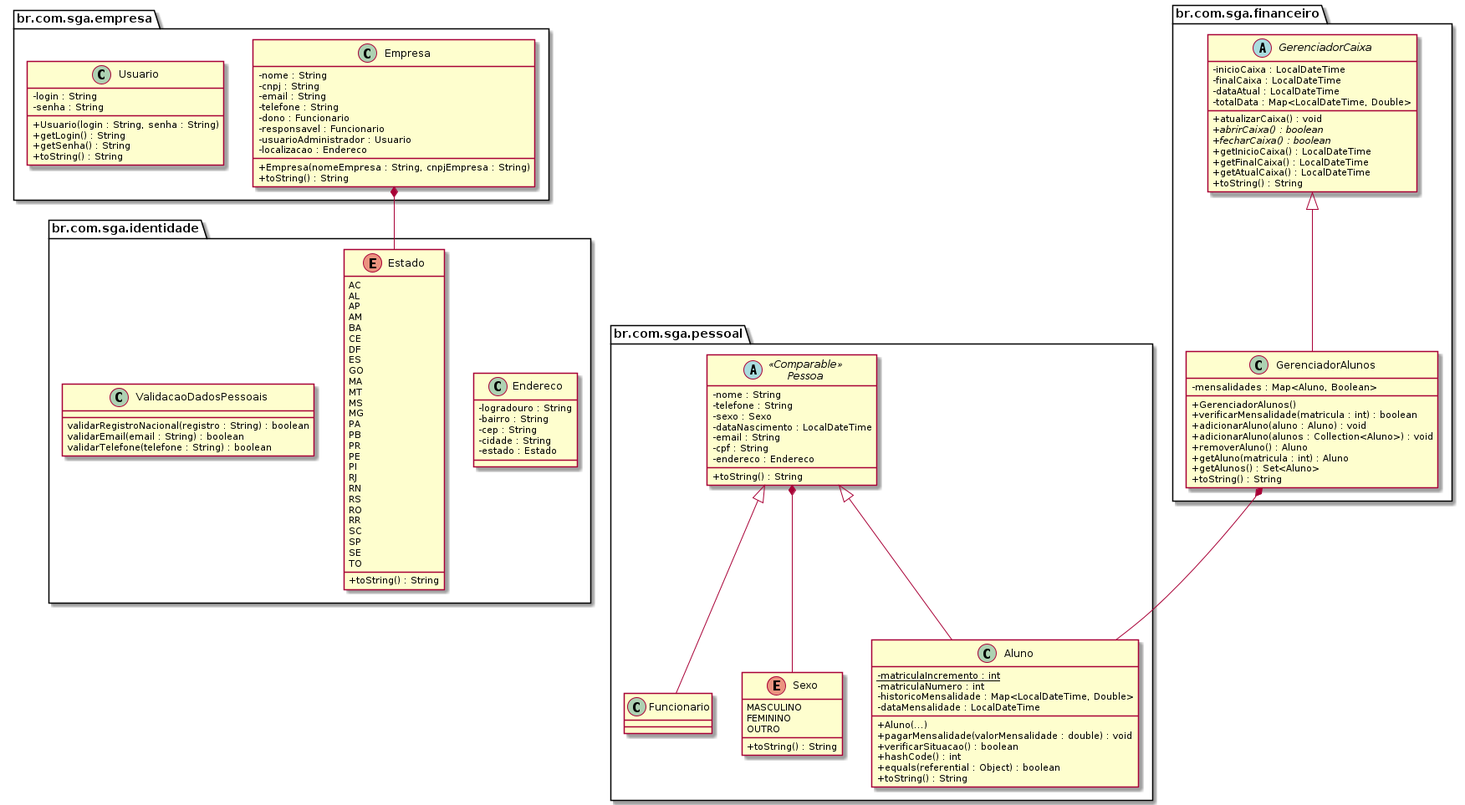
The PlantUML diagram doc/uml/sga.png in botelhocpp/SGA, before a commit.
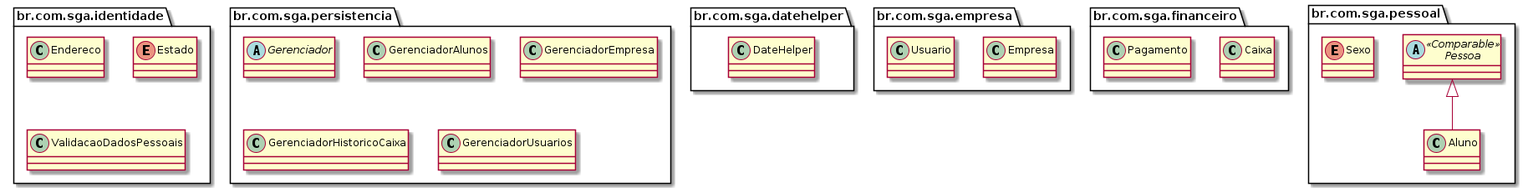
After the change.

Change to the diagram source:
```diff
@@ -1,149 +1,89 @@
 @startuml sga
 skinparam classAttributeIconSize 0
 
+
+package br.com.sga.datehelper <<Folder>> {
+
+     class DateHelper {
+
+     }
+}
+
 package br.com.sga.empresa <<Folder>> {
      class Empresa {
-          -nome : String
-          -cnpj : String
-          -email : String
-          -telefone : String
-          -dono : Funcionario
-          -responsavel : Funcionario
-          -usuarioAdministrador : Usuario
-          -localizacao : Endereco
-          +Empresa(nomeEmpresa : String, cnpjEmpresa : String)
-          +toString() : String
+
      }
 
      class Usuario {
-          -login : String
-          -senha : String
-          +Usuario(login : String, senha : String)
-          +getLogin() : String
-          +getSenha() : String
-          +toString() : String
+
+     }
+}
+
+package br.com.sga.financeiro <<Folder>> {
+
+     class Caixa {
+
+     }
+
+     class Pagamento {
+
      }
 }
 
 package br.com.sga.identidade <<Folder>> {
 
      class Endereco {
-          -logradouro : String
-          -bairro : String
-          -cep : String
-          -cidade : String
-          -estado : Estado
+
      }
 
      enum Estado {
-          AC
-          AL
-          AP
-          AM
-          BA
-          CE
-          DF
-          ES
-          GO
-          MA
-          MT
-          MS
-          MG
-          PA
-          PB
-          PR
-          PE
-          PI
-          RJ
-          RN
-          RS
-          RO
-          RR
-          SC
-          SP
-          SE
-          TO
-          +toString() : String
+
      }
 
      class ValidacaoDadosPessoais {
-          validarRegistroNacional(registro : String) : boolean
-          validarEmail(email : String) : boolean
-          validarTelefone(telefone : String) : boolean
+
      }
 
 }
+
+package br.com.sga.persistencia <<Folder>> {
+
+     abstract class Gerenciador {
+
+     }
+
+     class GerenciadorAlunos {
+
+     }
+
+     class GerenciadorEmpresa {
+
+     }
+
+     class GerenciadorHistoricoCaixa {
+
+     }
+
+     class GerenciadorUsuarios {
+
+     }
+
+}
+
 package br.com.sga.pessoal <<Folder>> {
 
      abstract class Pessoa <<Comparable>> {
-          -nome : String
-          -telefone : String
-          -sexo : Sexo
-          -dataNascimento : LocalDateTime
-          -email : String
-          -cpf : String
-          -endereco : Endereco
-          +toString() : String
-     }
-
-     class Funcionario extends Pessoa {
 
      }
 
      class Aluno extends Pessoa {
-          {static} -matriculaIncremento : int
-          -matriculaNumero : int
-          -historicoMensalidade : Map<LocalDateTime, Double>
-          -dataMensalidade : LocalDateTime
-          +Aluno(...)
-          +pagarMensalidade(valorMensalidade : double) : void
-          +verificarSituacao() : boolean
-          +hashCode() : int
-          +equals(referential : Object) : boolean
-          +toString() : String
+
      }
 
      enum Sexo {
-          MASCULINO
-          FEMININO
-          OUTRO
-          +toString() : String
+
      }
 }
 
-package br.com.sga.financeiro <<Folder>> {
-
-     abstract class GerenciadorCaixa {
-          -inicioCaixa : LocalDateTime
-          -finalCaixa : LocalDateTime
-          -dataAtual : LocalDateTime
-          -totalData : Map<LocalDateTime, Double>
-          +atualizarCaixa() : void
-          {abstract} +abrirCaixa() : boolean
-          {abstract} +fecharCaixa() : boolean
-          +getInicioCaixa() : LocalDateTime
-          +getFinalCaixa() : LocalDateTime
-          +getAtualCaixa() : LocalDateTime
-          +toString() : String
-     }
-
-     class GerenciadorAlunos extends GerenciadorCaixa {
-          -mensalidades : Map<Aluno, Boolean>
-          +GerenciadorAlunos()
-          +verificarMensalidade(matricula : int) : boolean
-          +adicionarAluno(aluno : Aluno) : void
-          +adicionarAluno(alunos : Collection<Aluno>) : void
-          +removerAluno() : Aluno
-          +getAluno(matricula : int) : Aluno
-          +getAlunos() : Set<Aluno>
-          +toString() : String
-     }
-}
-
-Pessoa *-- Sexo
-
-GerenciadorAlunos *-- Aluno
-
-Empresa *-- Estado
 
 @enduml
```
